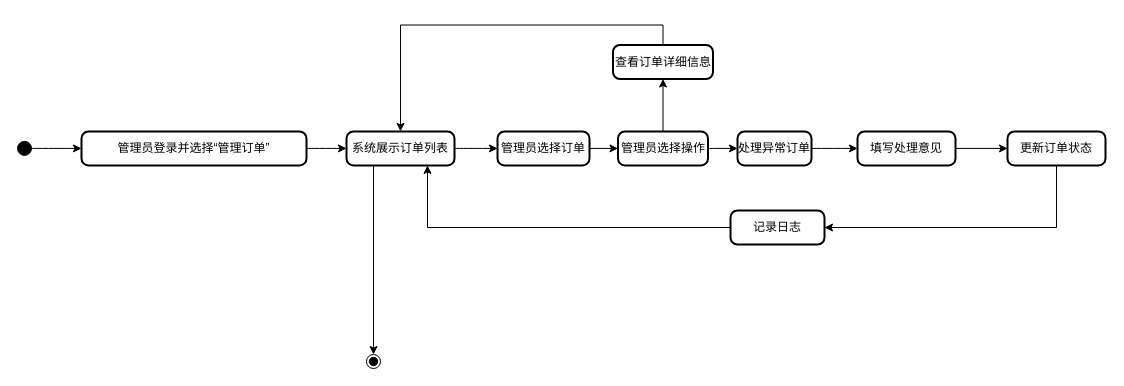
w1ntercube/TJ-SE-Design keeps this draw.io diagram as page "行为建模" (2 of 2) of 文档/需求分析规约文档/三种建模/08管理订单用例建模.drawio. Above is the earlier version. Source tidied: cells renumbered, new cells numbered last; positions are measured from the earlier drawing's top-left corner, leaving out a move shared by most shapes. Both pictures are drawn from the tidied source at 100%, with x=0, y=0 at pixel (17, 44).
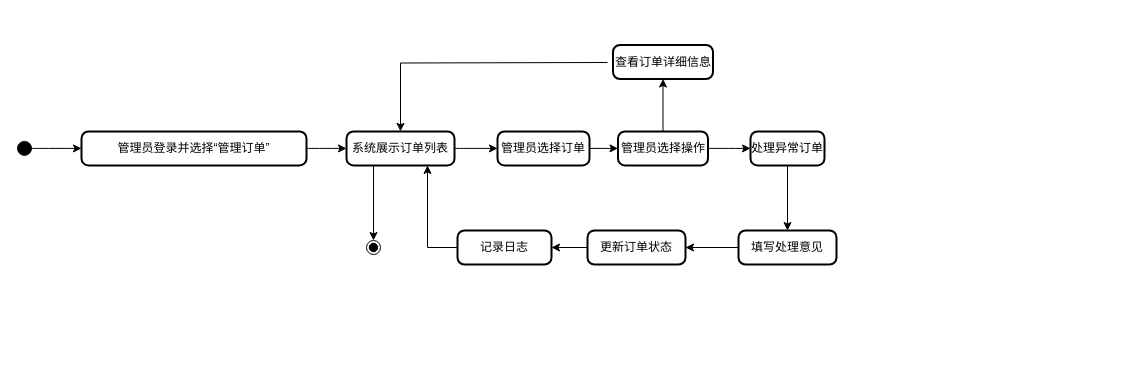
After the change.

The change refers to these unchanged cells:
```xml
<mxCell id="5" value="系统展示订单列表" style="rounded=1;absoluteArcSize=1;arcSize=14;whiteSpace=wrap;strokeWidth=2;" parent="1" vertex="1">
  <mxGeometry x="329" y="86.9" width="108" height="34" as="geometry" />
</mxCell>
<mxCell id="10" value="查看订单详细信息" style="rounded=1;absoluteArcSize=1;arcSize=14;whiteSpace=wrap;strokeWidth=2;" parent="1" vertex="1">
  <mxGeometry x="595.5" y="0.5" width="100" height="34" as="geometry" />
</mxCell>
```

The edit, as a diff of the source:
```diff
@@
-    <mxCell id="9" style="edgeStyle=orthogonalEdgeStyle;rounded=0;jettySize=auto;html=1;exitX=0.5;exitY=0;exitDx=0;exitDy=0;" parent="1" edge="1" source="10" target="5">
-      <mxGeometry relative="1" as="geometry" />
+    <mxCell id="9" style="edgeStyle=orthogonalEdgeStyle;rounded=0;jettySize=auto;html=1;" parent="1" edge="1" target="5">
+      <mxGeometry relative="1" as="geometry">
+        <mxPoint x="590" y="18" as="sourcePoint" />
+      </mxGeometry>
     </mxCell>
@@
+    <mxCell id="21" style="edgeStyle=orthogonalEdgeStyle;rounded=0;jettySize=auto;html=1;entryX=0.5;entryY=0;entryDx=0;entryDy=0;" parent="1" edge="1" source="11" target="13">
+      <mxGeometry relative="1" as="geometry" />
+    </mxCell>
     <mxCell id="11" value="处理异常订单" style="rounded=1;absoluteArcSize=1;arcSize=14;whiteSpace=wrap;strokeWidth=2;" parent="1" vertex="1">
-      <mxGeometry x="720" y="86.9" width="74" height="34" as="geometry" />
+      <mxGeometry x="733" y="86.9" width="74" height="34" as="geometry" />
     </mxCell>
-    <mxCell id="12" style="edgeStyle=orthogonalEdgeStyle;rounded=0;jettySize=auto;html=1;exitX=1;exitY=0.5;exitDx=0;exitDy=0;entryX=0;entryY=0.5;entryDx=0;entryDy=0;" parent="1" edge="1" source="13" target="24">
+    <mxCell id="12" style="edgeStyle=orthogonalEdgeStyle;rounded=0;jettySize=auto;html=1;entryX=1;entryY=0.5;entryDx=0;entryDy=0;" parent="1" edge="1" source="13" target="24">
       <mxGeometry relative="1" as="geometry" />
     </mxCell>
     <mxCell id="13" value="填写处理意见" style="rounded=1;absoluteArcSize=1;arcSize=14;whiteSpace=wrap;strokeWidth=2;" parent="1" vertex="1">
-      <mxGeometry x="840" y="86.9" width="98" height="34" as="geometry" />
+      <mxGeometry x="721" y="186" width="98" height="34" as="geometry" />
     </mxCell>
     <mxCell id="14" value="记录日志" style="rounded=1;absoluteArcSize=1;arcSize=14;whiteSpace=wrap;strokeWidth=2;" parent="1" vertex="1">
-      <mxGeometry x="713" y="166" width="94" height="34" as="geometry" />
+      <mxGeometry x="440" y="186" width="94" height="34" as="geometry" />
     </mxCell>
     <mxCell id="15" style="ellipse;shape=endState;fillColor=strokeColor;" parent="1" vertex="1">
-      <mxGeometry x="349" y="310" width="14" height="14" as="geometry" />
+      <mxGeometry x="349" y="196" width="14" height="14" as="geometry" />
     </mxCell>
@@
-    <mxCell id="21" style="curved=1;startArrow=none;exitX=0.99;exitY=0.5;rounded=0;" parent="1" edge="1" source="11" target="13">
-      <mxGeometry relative="1" as="geometry" />
-    </mxCell>
+    <mxCell id="23" style="edgeStyle=orthogonalEdgeStyle;rounded=0;jettySize=auto;html=1;exitX=0;exitY=0.5;exitDx=0;exitDy=0;entryX=0.75;entryY=1;entryDx=0;entryDy=0;" parent="1" edge="1" source="14" target="5">
+      <mxGeometry relative="1" as="geometry" />
+    </mxCell>
-    <mxCell id="22" style="edgeStyle=orthogonalEdgeStyle;rounded=0;jettySize=auto;html=1;exitX=0.5;exitY=1;exitDx=0;exitDy=0;entryX=1;entryY=0.5;entryDx=0;entryDy=0;" parent="1" edge="1" source="24" target="14">
+    <mxCell id="22" style="edgeStyle=orthogonalEdgeStyle;rounded=0;jettySize=auto;html=1;entryX=1;entryY=0.5;entryDx=0;entryDy=0;" parent="1" edge="1" source="24" target="14">
       <mxGeometry relative="1" as="geometry" />
     </mxCell>
-    <mxCell id="23" style="edgeStyle=orthogonalEdgeStyle;rounded=0;jettySize=auto;html=1;exitX=0;exitY=0.5;exitDx=0;exitDy=0;entryX=0.75;entryY=1;entryDx=0;entryDy=0;" parent="1" edge="1" source="14" target="5">
-      <mxGeometry relative="1" as="geometry" />
-    </mxCell>
     <mxCell id="24" value="更新订单状态" style="rounded=1;absoluteArcSize=1;arcSize=14;whiteSpace=wrap;strokeWidth=2;" parent="1" vertex="1">
-      <mxGeometry x="990" y="86.9" width="98" height="34" as="geometry" />
+      <mxGeometry x="570" y="186" width="98" height="34" as="geometry" />
     </mxCell>
```
